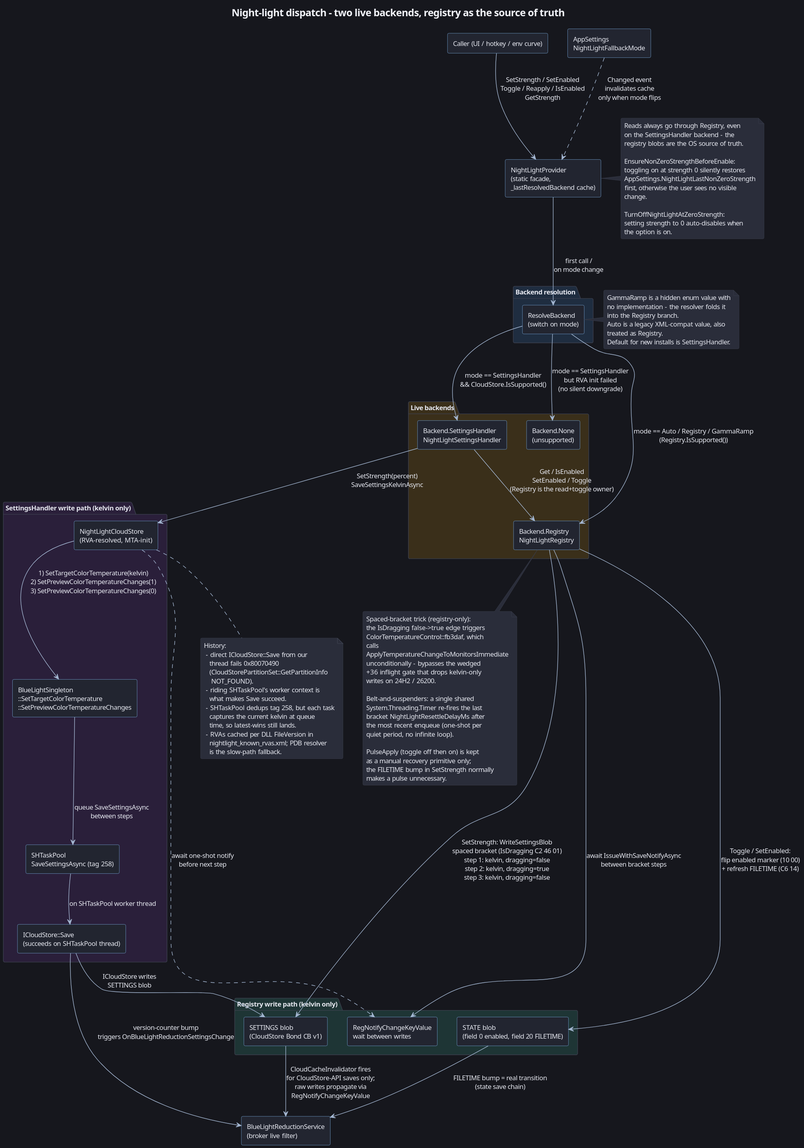
This is documentation/plantuml/07_nightlight_backends.svg from alchemyyy/BrightnessTrayAppWPF, a PlantUML export, as it was before one commit. Source of this version:
```plantuml
@startuml
!include dark-theme.puml
title Night-light dispatch - two live backends, registry as the source of truth

[Caller (UI / hotkey / env curve)] as CALLER
[NightLightProvider\n(static facade,\n_lastResolvedBackend cache)] as NLP
[AppSettings\nNightLightFallbackMode] as MODE

package "Backend resolution" $TINT_BLUE {
  [ResolveBackend\n(switch on mode)] as RESOLVE
}

package "Live backends" $TINT_AMBER {
  [Backend.SettingsHandler\nNightLightSettingsHandler] as B_SH
  [Backend.Registry\nNightLightRegistry] as B_REG
  [Backend.None\n(unsupported)] as B_NONE
}

package "SettingsHandler write path (kelvin only)" $TINT_PURPLE {
  [NightLightCloudStore\n(RVA-resolved, MTA-init)] as CS
  [BlueLightSingleton\n::SetTargetColorTemperature\n::SetPreviewColorTemperatureChanges] as SING
  [SHTaskPool\nSaveSettingsAsync (tag 258)] as SHTP
  [ICloudStore::Save\n(succeeds on SHTaskPool thread)] as CSAVE
}

package "Registry write path (kelvin only)" $TINT_TEAL {
  [SETTINGS blob\n(CloudStore Bond CB v1)] as REGSET
  [STATE blob\n(field 0 enabled, field 20 FILETIME)] as REGSTATE
  [RegNotifyChangeKeyValue\nwait between writes] as REGNOTIFY
}

[BlueLightReductionService\n(broker live filter)] as BROKER

CALLER --> NLP : SetStrength / SetEnabled\nToggle / Reapply / IsEnabled\nGetStrength
MODE  ..> NLP  : Changed event\ninvalidates cache\nonly when mode flips
NLP   --> RESOLVE : first call /\non mode change

RESOLVE --> B_SH   : mode == SettingsHandler\n&& CloudStore.IsSupported()
RESOLVE --> B_REG  : mode == Auto / Registry / GammaRamp\n(Registry.IsSupported())
RESOLVE --> B_NONE : mode == SettingsHandler\nbut RVA init failed\n(no silent downgrade)

note right of RESOLVE
  GammaRamp is a hidden enum value with
  no implementation - the resolver folds it
  into the Registry branch.
  Auto is a legacy XML-compat value, also
  treated as Registry.
  Default for new installs is SettingsHandler.
end note

B_SH  --> CS : SetStrength(percent)\nSaveSettingsKelvinAsync
B_SH  --> B_REG : Get / IsEnabled\nSetEnabled / Toggle\n(Registry is the read+toggle owner)

CS --> SING : 1) SetTargetColorTemperature(kelvin)\n2) SetPreviewColorTemperatureChanges(1)\n3) SetPreviewColorTemperatureChanges(0)
SING --> SHTP : queue SaveSettingsAsync\nbetween steps
SHTP --> CSAVE : on SHTaskPool worker thread
CSAVE --> REGSET : ICloudStore writes\nSETTINGS blob
CS    .> REGNOTIFY : await one-shot notify\nbefore next step

B_REG --> REGSET : SetStrength: WriteSettingsBlob\nspaced bracket (IsDragging C2 46 01)\nstep 1: kelvin, dragging=false\nstep 2: kelvin, dragging=true\nstep 3: kelvin, dragging=false
B_REG --> REGSTATE : Toggle / SetEnabled:\nflip enabled marker (10 00)\n+ refresh FILETIME (C6 14)
B_REG --> REGNOTIFY : await IssueWithSaveNotifyAsync\nbetween bracket steps

REGSET   --> BROKER : CloudCacheInvalidator fires\nfor CloudStore-API saves only;\nraw writes propagate via\nRegNotifyChangeKeyValue
REGSTATE --> BROKER : FILETIME bump = real transition\n(state save chain)
CSAVE    --> BROKER : version-counter bump\ntriggers OnBlueLightReductionSettingsChange

note bottom of CS
  History:
   - direct ICloudStore::Save from our
     thread fails 0x80070490
     (CloudStorePartitionSet::GetPartitionInfo
      NOT_FOUND).
   - riding SHTaskPool's worker context is
     what makes Save succeed.
   - SHTaskPool dedups tag 258, but each task
     captures the current kelvin at queue
     time, so latest-wins still lands.
   - RVAs cached per DLL FileVersion in
     nightlight_known_rvas.xml; PDB resolver
     is the slow-path fallback.
end note

note bottom of B_REG
  Spaced-bracket trick (registry-only):
  the IsDragging false->true edge triggers
  ColorTemperatureControl::fb3daf, which
  calls ApplyTemperatureChangeToMonitorsImmediate
  unconditionally - bypasses the wedged
  +36 inflight gate that drops kelvin-only
  writes on 24H2 / 26200.

  Belt-and-suspenders: a single shared
  System.Threading.Timer re-fires the last
  bracket NightLightResettleDelayMs after
  the most recent enqueue (one-shot per
  quiet period, no infinite loop).

  PulseApply (toggle off then on) is kept
  as a manual recovery primitive only;
  the FILETIME bump in SetStrength normally
  makes a pulse unnecessary.
end note

note right of NLP
  Reads always go through Registry, even
  on the SettingsHandler backend - the
  registry blobs are the OS source of truth.

  EnsureNonZeroStrengthBeforeEnable:
  toggling on at strength 0 silently restores
  AppSettings.NightLightLastNonZeroStrength
  first, otherwise the user sees no visible
  change.

  TurnOffNightLightAtZeroStrength:
  setting strength to 0 auto-disables when
  the option is on.
end note
@enduml
```
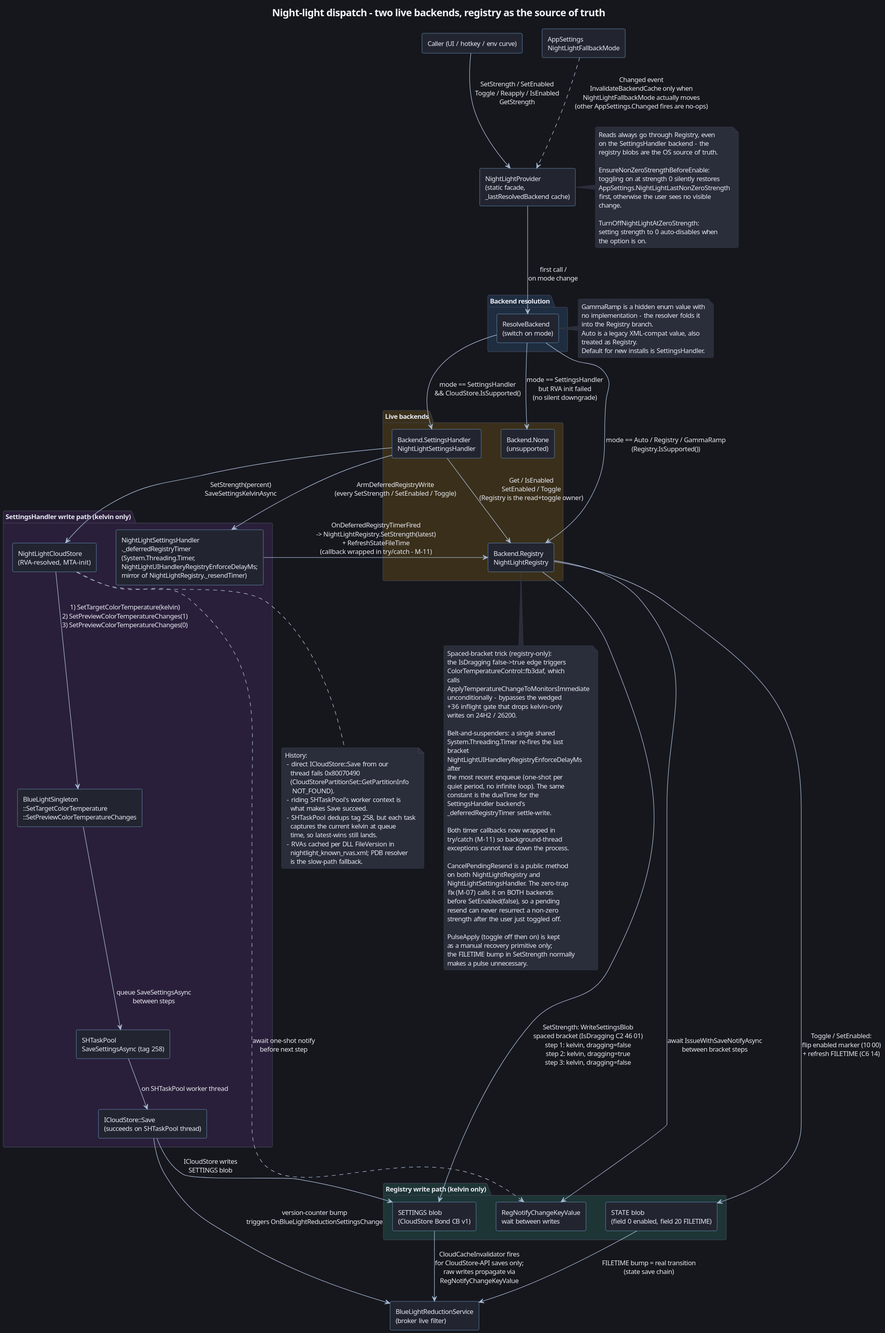
After the change.

What changed in the source:
```diff
@@ -21,6 +21,7 @@
   [BlueLightSingleton\n::SetTargetColorTemperature\n::SetPreviewColorTemperatureChanges] as SING
   [SHTaskPool\nSaveSettingsAsync (tag 258)] as SHTP
   [ICloudStore::Save\n(succeeds on SHTaskPool thread)] as CSAVE
+  [NightLightSettingsHandler\n._deferredRegistryTimer\n(System.Threading.Timer,\nNightLightUIHandleryRegistryEnforceDelayMs;\nmirror of NightLightRegistry._resendTimer)] as SHDEF
 }
 
 package "Registry write path (kelvin only)" $TINT_TEAL {
@@ -32,7 +33,7 @@
 [BlueLightReductionService\n(broker live filter)] as BROKER
 
 CALLER --> NLP : SetStrength / SetEnabled\nToggle / Reapply / IsEnabled\nGetStrength
-MODE  ..> NLP  : Changed event\ninvalidates cache\nonly when mode flips
+MODE  ..> NLP  : Changed event\nInvalidateBackendCache only when\nNightLightFallbackMode actually moves\n(other AppSettings.Changed fires are no-ops)
 NLP   --> RESOLVE : first call /\non mode change
 
 RESOLVE --> B_SH   : mode == SettingsHandler\n&& CloudStore.IsSupported()
@@ -50,6 +51,8 @@
 
 B_SH  --> CS : SetStrength(percent)\nSaveSettingsKelvinAsync
 B_SH  --> B_REG : Get / IsEnabled\nSetEnabled / Toggle\n(Registry is the read+toggle owner)
+B_SH  --> SHDEF : ArmDeferredRegistryWrite\n(every SetStrength / SetEnabled / Toggle)
+SHDEF --> B_REG : OnDeferredRegistryTimerFired\n-> NightLightRegistry.SetStrength(latest)\n+ RefreshStateFileTime\n(callback wrapped in try/catch - M-11)
 
 CS --> SING : 1) SetTargetColorTemperature(kelvin)\n2) SetPreviewColorTemperatureChanges(1)\n3) SetPreviewColorTemperatureChanges(0)
 SING --> SHTP : queue SaveSettingsAsync\nbetween steps
@@ -92,9 +95,24 @@
 
   Belt-and-suspenders: a single shared
   System.Threading.Timer re-fires the last
-  bracket NightLightResettleDelayMs after
+  bracket NightLightUIHandleryRegistryEnforceDelayMs after
   the most recent enqueue (one-shot per
-  quiet period, no infinite loop).
+  quiet period, no infinite loop). The same
+  constant is the dueTime for the
+  SettingsHandler backend's
+  _deferredRegistryTimer settle-write.
+
+  Both timer callbacks now wrapped in
+  try/catch (M-11) so background-thread
+  exceptions cannot tear down the process.
+
+  CancelPendingResend is a public method
+  on both NightLightRegistry and
+  NightLightSettingsHandler. The zero-trap
+  fix (M-07) calls it on BOTH backends
+  before SetEnabled(false), so a pending
+  resend can never resurrect a non-zero
+  strength after the user just toggled off.
 
   PulseApply (toggle off then on) is kept
   as a manual recovery primitive only;
```
